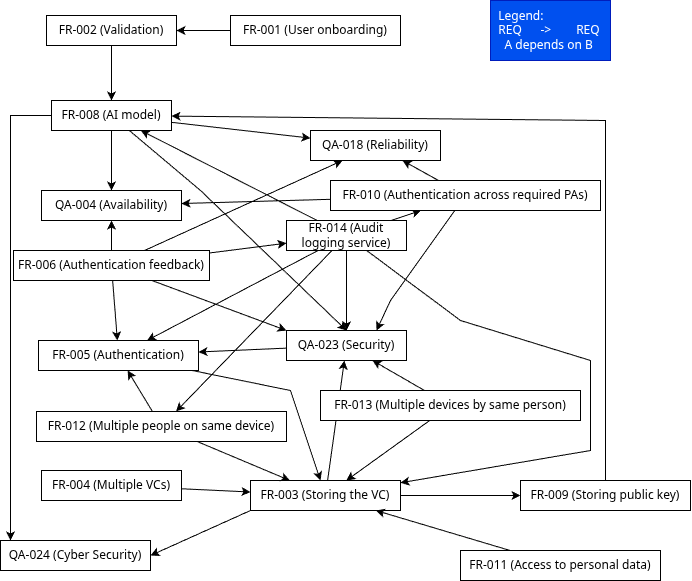
This is images/req_dependency_graph.drawio.png from Dorfultariant/Architecture_Diagrams, a draw.io export, as it was before one commit. Source tidied: cells renumbered, new cells last; positions are measured from the earlier drawing's top-left corner, leaving out a move shared by most shapes.
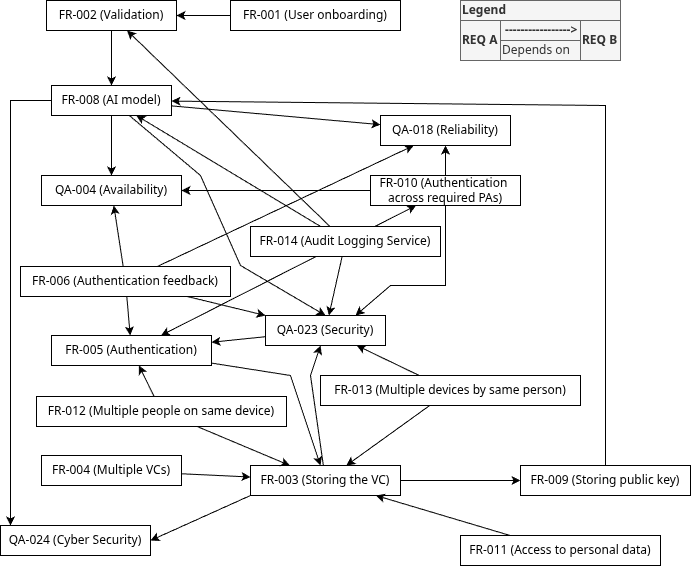
Later version of the same file.

Change to the diagram source:
```diff
@@ -37,17 +37,12 @@
       <mxGeometry relative="1" as="geometry" />
     </mxCell>
     <mxCell id="12" style="rounded=0;jettySize=auto;html=1;" parent="1" edge="1" source="14" target="50">
-      <mxGeometry relative="1" as="geometry" />
+      <mxGeometry relative="1" as="geometry">
+        <Array as="points">
+          <mxPoint x="310" y="390" />
+        </Array>
+      </mxGeometry>
     </mxCell>
-    <mxCell id="13" style="rounded=0;jettySize=auto;html=1;startArrow=classic;startFill=1;endArrow=none;endFill=0;" parent="1" edge="1" source="14" target="51">
-      <mxGeometry relative="1" as="geometry">
-        <Array as="points">
-          <mxPoint x="590" y="450" />
-          <mxPoint x="590" y="360" />
-          <mxPoint x="460" y="320" />
-        </Array>
-      </mxGeometry>
-    </mxCell>
     <mxCell id="14" value=" FR-003 (Storing the VC)" style="whiteSpace=wrap;html=1;" parent="1" vertex="1">
       <mxGeometry x="250" y="480" width="150" height="30" as="geometry" />
     </mxCell>
@@ -57,11 +52,8 @@
     <mxCell id="16" style="rounded=0;jettySize=auto;html=1;entryX=0;entryY=0;entryDx=0;entryDy=0;" parent="1" edge="1" source="18" target="50">
       <mxGeometry relative="1" as="geometry" />
     </mxCell>
-    <mxCell id="17" style="rounded=0;jettySize=auto;html=1;" parent="1" edge="1" source="18" target="51">
-      <mxGeometry relative="1" as="geometry" />
-    </mxCell>
     <mxCell id="18" value="FR-006 (Authentication feedback) " style="whiteSpace=wrap;html=1;" parent="1" vertex="1">
-      <mxGeometry x="13" y="250" width="196" height="30" as="geometry" />
+      <mxGeometry x="20" y="281" width="210" height="30" as="geometry" />
     </mxCell>
     <mxCell id="19" style="rounded=0;jettySize=auto;html=1;" parent="1" edge="1" source="21" target="14">
       <mxGeometry relative="1" as="geometry">
@@ -70,11 +62,8 @@
         </Array>
       </mxGeometry>
     </mxCell>
-    <mxCell id="20" style="rounded=0;jettySize=auto;html=1;startArrow=classic;startFill=1;endArrow=none;endFill=0;" parent="1" edge="1" source="21" target="51">
-      <mxGeometry relative="1" as="geometry" />
-    </mxCell>
     <mxCell id="21" value=" FR-005 (Authentication)" style="whiteSpace=wrap;html=1;" parent="1" vertex="1">
-      <mxGeometry x="38" y="340" width="160" height="30" as="geometry" />
+      <mxGeometry x="51" y="350" width="160" height="30" as="geometry" />
     </mxCell>
     <mxCell id="22" style="rounded=0;" parent="1" edge="1" source="18" target="21">
       <mxGeometry relative="1" as="geometry" />
@@ -86,7 +75,7 @@
       <mxGeometry relative="1" as="geometry" />
     </mxCell>
     <mxCell id="25" value=" QA-018 (Reliability)" style="whiteSpace=wrap;html=1;" parent="1" vertex="1">
-      <mxGeometry x="310" y="130" width="130" height="30" as="geometry" />
+      <mxGeometry x="380" y="130" width="130" height="30" as="geometry" />
     </mxCell>
     <mxCell id="26" style="rounded=0;" parent="1" edge="1" source="18" target="25">
       <mxGeometry relative="1" as="geometry" />
@@ -95,6 +84,7 @@
       <mxGeometry relative="1" as="geometry">
         <Array as="points">
           <mxPoint x="200" y="190" />
+          <mxPoint x="240" y="280" />
         </Array>
       </mxGeometry>
     </mxCell>
@@ -107,9 +97,6 @@
         </Array>
       </mxGeometry>
     </mxCell>
-    <mxCell id="29" style="rounded=0;jettySize=auto;html=1;endArrow=none;endFill=0;startArrow=classic;startFill=1;" parent="1" edge="1" source="30" target="51">
-      <mxGeometry relative="1" as="geometry" />
-    </mxCell>
     <mxCell id="30" value="FR-008 (AI model) " style="whiteSpace=wrap;html=1;" parent="1" vertex="1">
       <mxGeometry x="51" y="100" width="120" height="30" as="geometry" />
     </mxCell>
@@ -122,15 +109,13 @@
     <mxCell id="33" style="rounded=0;jettySize=auto;html=1;entryX=0.75;entryY=0;entryDx=0;entryDy=0;" parent="1" edge="1" source="35" target="50">
       <mxGeometry relative="1" as="geometry">
         <Array as="points">
+          <mxPoint x="445" y="300" />
           <mxPoint x="390" y="300" />
         </Array>
       </mxGeometry>
     </mxCell>
-    <mxCell id="34" style="rounded=0;jettySize=auto;html=1;endArrow=none;endFill=0;startArrow=classic;startFill=1;" parent="1" edge="1" source="35" target="51">
-      <mxGeometry relative="1" as="geometry" />
-    </mxCell>
-    <mxCell id="35" value="FR-010 (Authentication across required PAs) " style="whiteSpace=wrap;html=1;" parent="1" vertex="1">
-      <mxGeometry x="330" y="180" width="270" height="30" as="geometry" />
+    <mxCell id="35" value="FR-010 (Authentication&amp;nbsp;&lt;div&gt;across required PAs) &lt;/div&gt;" style="whiteSpace=wrap;html=1;" parent="1" vertex="1">
+      <mxGeometry x="370" y="190" width="150" height="30" as="geometry" />
     </mxCell>
     <mxCell id="36" style="rounded=0;" parent="1" edge="1" source="35" target="23">
       <mxGeometry relative="1" as="geometry" />
@@ -144,9 +129,6 @@
     <mxCell id="39" style="rounded=0;" parent="1" edge="1" source="38" target="14">
       <mxGeometry relative="1" as="geometry" />
     </mxCell>
-    <mxCell id="40" style="rounded=0;jettySize=auto;html=1;endArrow=none;endFill=0;startArrow=classic;startFill=1;" parent="1" edge="1" source="41" target="51">
-      <mxGeometry relative="1" as="geometry" />
-    </mxCell>
     <mxCell id="41" value="FR-012 (Multiple people on same device) " style="whiteSpace=wrap;html=1;" parent="1" vertex="1">
       <mxGeometry x="36" y="411" width="250" height="30" as="geometry" />
     </mxCell>
@@ -165,20 +147,44 @@
     <mxCell id="46" style="rounded=0;" parent="1" edge="1" source="50" target="21">
       <mxGeometry relative="1" as="geometry" />
     </mxCell>
-    <mxCell id="47" value="&amp;nbsp; Legend:&amp;nbsp;&lt;br&gt;&amp;nbsp; REQ&amp;nbsp; &amp;nbsp; &amp;nbsp; -&amp;gt;&amp;nbsp; &amp;nbsp; &amp;nbsp; &amp;nbsp; REQ&lt;br&gt;&amp;nbsp; &amp;nbsp; A depends on B" style="rounded=0;whiteSpace=wrap;html=1;align=left;fillColor=#0050ef;fontColor=#ffffff;strokeColor=#001DBC;" parent="1" vertex="1">
-      <mxGeometry x="490" width="120" height="60" as="geometry" />
-    </mxCell>
     <mxCell id="48" style="rounded=0;" parent="1" edge="1" source="44" target="50">
       <mxGeometry relative="1" as="geometry" />
     </mxCell>
-    <mxCell id="49" style="rounded=0;jettySize=auto;html=1;endArrow=none;endFill=0;startArrow=classic;startFill=1;" parent="1" edge="1" source="50" target="51">
-      <mxGeometry relative="1" as="geometry" />
-    </mxCell>
     <mxCell id="50" value="QA-023 (Security)" style="whiteSpace=wrap;html=1;" parent="1" vertex="1">
-      <mxGeometry x="286" y="330" width="120" height="30" as="geometry" />
+      <mxGeometry x="265" y="330" width="120" height="30" as="geometry" />
     </mxCell>
-    <mxCell id="51" value="FR-014 (Audit logging service)" style="whiteSpace=wrap;html=1;" parent="1" vertex="1">
-      <mxGeometry x="286" y="220" width="120" height="30" as="geometry" />
-    </mxCell>
+    <mxCell id="52" value="&lt;b&gt;Legend&lt;/b&gt;" style="rounded=0;whiteSpace=wrap;html=1;align=left;fillColor=#f5f5f5;fontColor=#333333;strokeColor=#666666;" parent="1" vertex="1">
+      <mxGeometry x="460" y="15" width="160" height="20" as="geometry" />
+    </mxCell>
+    <mxCell id="53" value="&lt;b&gt;REQ A&lt;/b&gt;" style="rounded=0;whiteSpace=wrap;html=1;align=left;fillColor=#f5f5f5;fontColor=#333333;strokeColor=#666666;" parent="1" vertex="1">
+      <mxGeometry x="460" y="35" width="40" height="40" as="geometry" />
+    </mxCell>
+    <mxCell id="54" value="&lt;b&gt;&amp;nbsp;-----------------&amp;gt;&lt;/b&gt;" style="rounded=0;whiteSpace=wrap;html=1;align=left;fillColor=#f5f5f5;fontColor=#333333;strokeColor=#666666;" parent="1" vertex="1">
+      <mxGeometry x="500" y="35" width="80" height="20" as="geometry" />
+    </mxCell>
+    <mxCell id="55" value="&lt;b&gt;REQ B&lt;/b&gt;" style="rounded=0;whiteSpace=wrap;html=1;align=left;fillColor=#f5f5f5;fontColor=#333333;strokeColor=#666666;" parent="1" vertex="1">
+      <mxGeometry x="580" y="35" width="40" height="40" as="geometry" />
+    </mxCell>
+    <mxCell id="56" value="Depends on" style="rounded=0;whiteSpace=wrap;html=1;align=left;fillColor=#f5f5f5;fontColor=#333333;strokeColor=#666666;" parent="1" vertex="1">
+      <mxGeometry x="500" y="55" width="80" height="20" as="geometry" />
+    </mxCell>
+    <mxCell id="57" style="rounded=0;jettySize=auto;html=1;" parent="1" edge="1" source="62" target="35">
+      <mxGeometry relative="1" as="geometry" />
+    </mxCell>
+    <mxCell id="58" style="rounded=0;jettySize=auto;html=1;" parent="1" edge="1" source="62" target="50">
+      <mxGeometry relative="1" as="geometry" />
+    </mxCell>
+    <mxCell id="59" style="rounded=0;jettySize=auto;html=1;" parent="1" edge="1" source="62" target="21">
+      <mxGeometry relative="1" as="geometry" />
+    </mxCell>
+    <mxCell id="60" style="rounded=0;jettySize=auto;html=1;" parent="1" edge="1" source="62" target="30">
+      <mxGeometry relative="1" as="geometry" />
+    </mxCell>
+    <mxCell id="61" style="rounded=0;jettySize=auto;html=1;" parent="1" edge="1" source="62" target="5">
+      <mxGeometry relative="1" as="geometry" />
+    </mxCell>
+    <mxCell id="62" value="FR-014 (Audit Logging Service) " style="whiteSpace=wrap;html=1;" parent="1" vertex="1">
+      <mxGeometry x="250" y="241" width="190" height="30" as="geometry" />
+    </mxCell>
   </root>
 </mxGraphModel>
```
